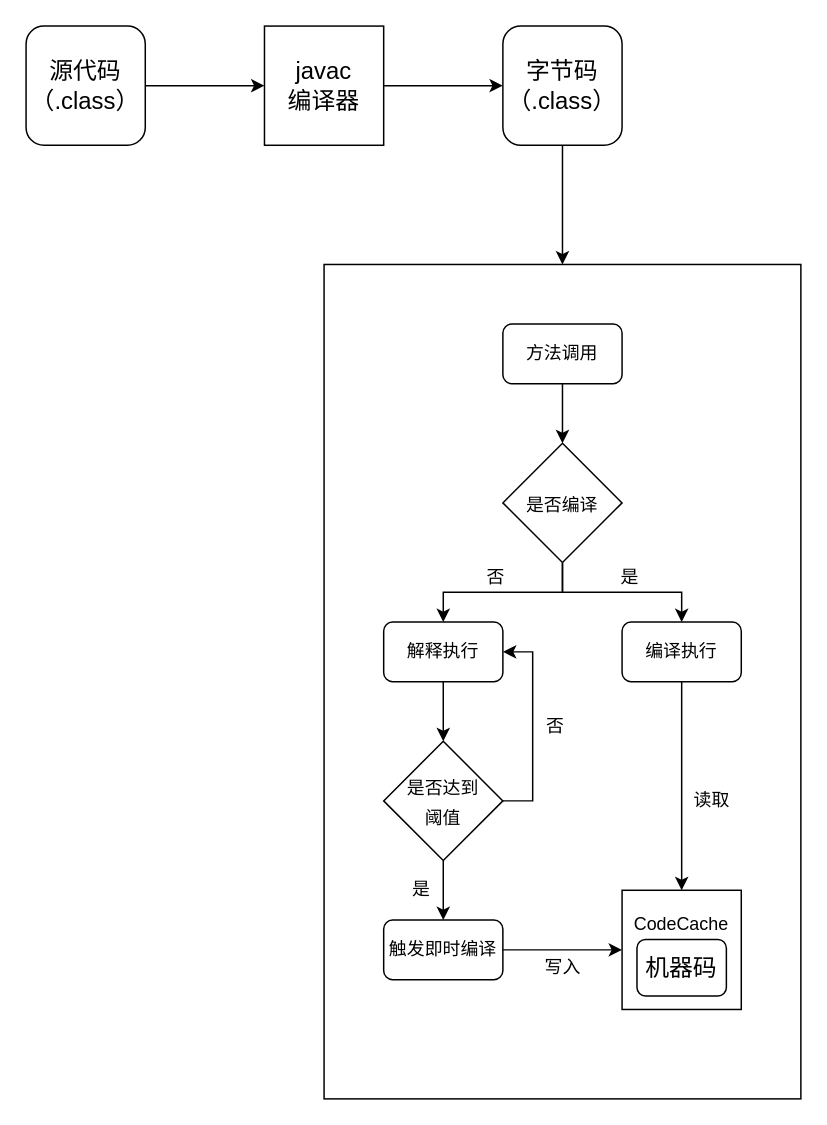
This is 简述 即时编译器（JIT）/简述 即时编译器（JIT）.drawio from zero-97/picture-of-the-article, a draw.io file, before an edit. Source tidied: cells renumbered, new cells numbered last; positions are measured from the earlier drawing's top-left corner, leaving out a move shared by most shapes. Both pictures are drawn from the tidied source at 149%, with x=0, y=0 at pixel (25, 25).
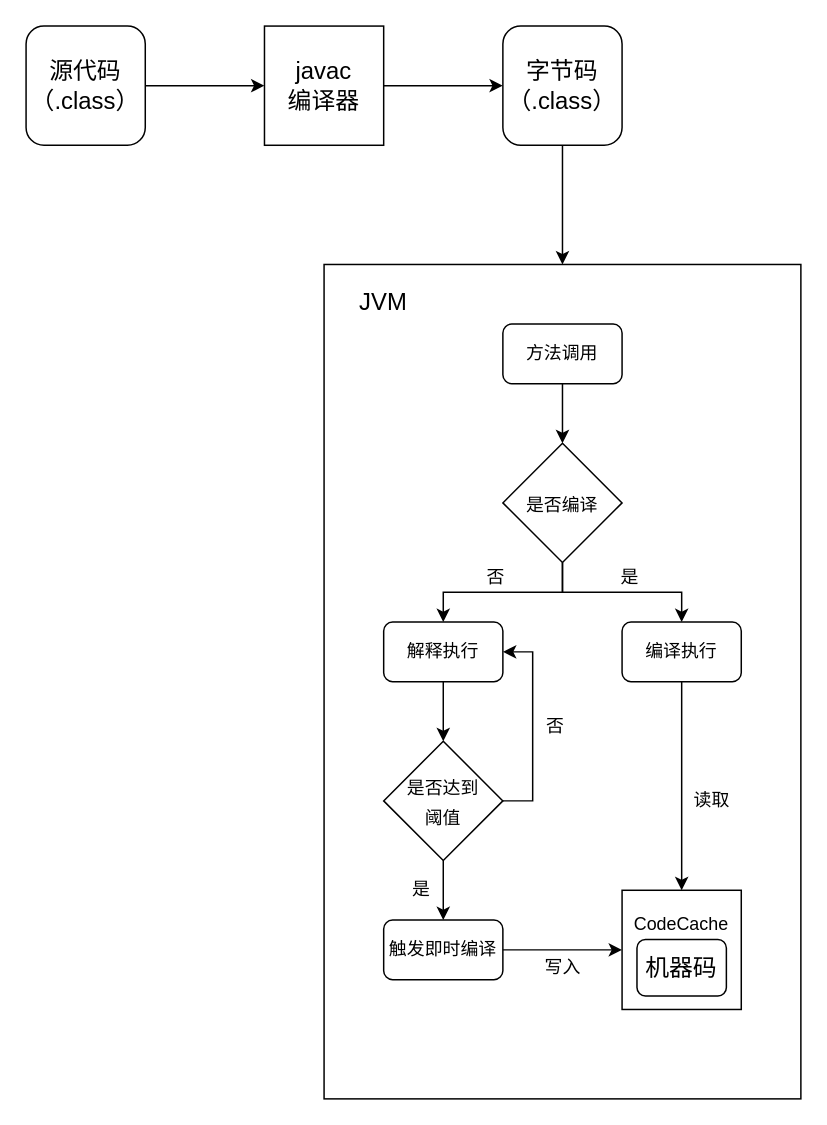
After the change.

Commit message (it also covers changes not shown here):
Update 简述 即时编译器（JIT）.drawio

Unchanged cells that the change refers to:
```xml
<mxCell id="8" style="group;" parent="1" vertex="1">
  <mxGeometry x="190" y="200" width="330" height="520" as="geometry" />
</mxCell>
```

Change to the diagram source:
```diff
@@
+    <mxCell id="32" value="&lt;font style=&quot;font-size: 16px&quot;&gt;JVM&lt;/font&gt;" style="text;html=1;strokeColor=none;fillColor=none;align=center;verticalAlign=middle;whiteSpace=wrap;rounded=0;fontSize=12;" parent="8" vertex="1">
+      <mxGeometry x="20" y="-30" width="60" height="30" as="geometry" />
+    </mxCell>
```
